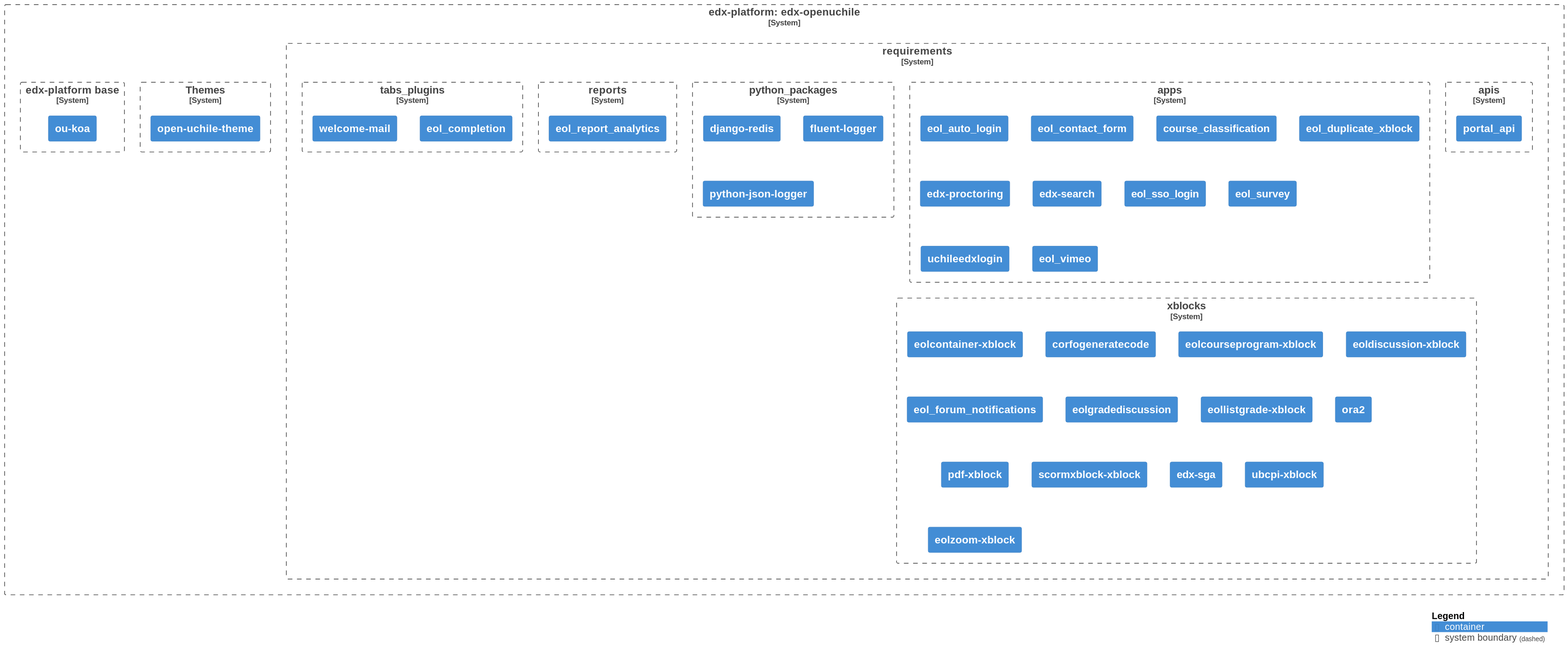
This is diagrams/diagram.svg from eol-uchile/edx-openuchile, a PlantUML export, as it was before one commit.
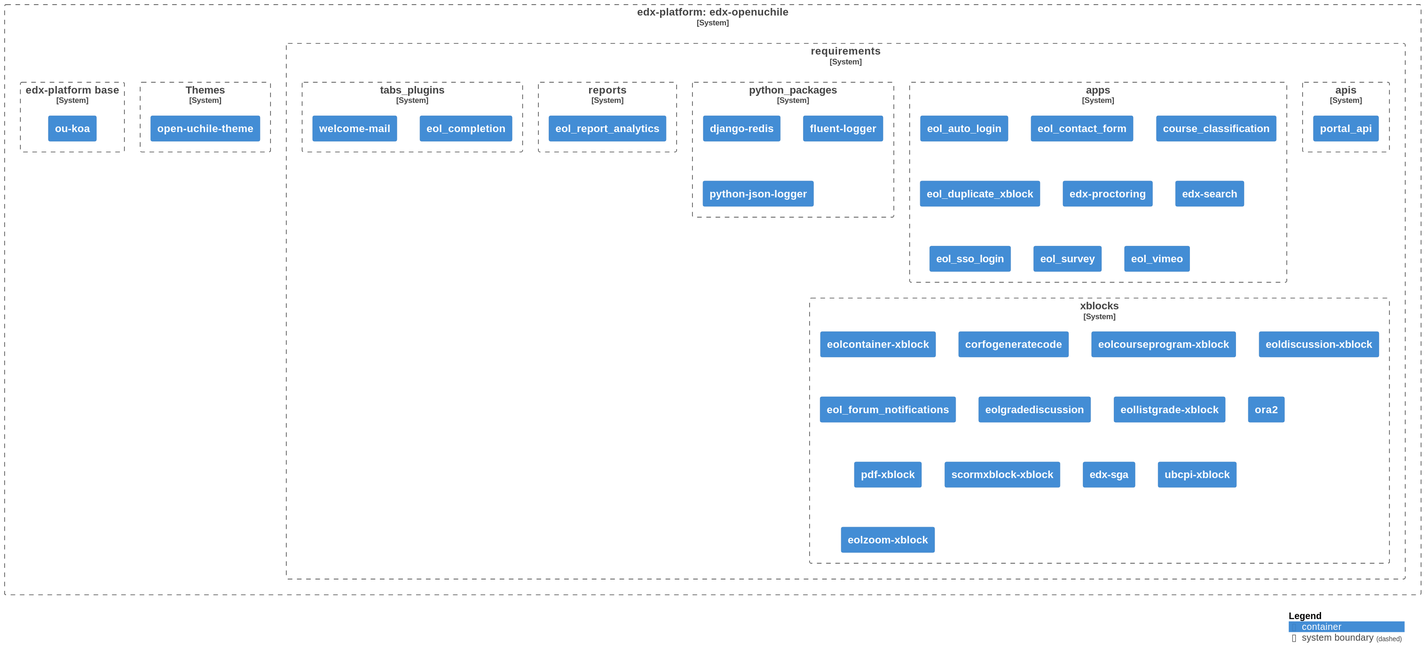
After the change.

Commit message:
Auto-generate UML diagram

The edit, as a diff of the source:
```diff
@@ -31,9 +31,7 @@
 
                 Container(apps8, "eol_survey", $link="https://github.com/eol-uchile/eol_survey")
 
-                Container(apps9, "uchileedxlogin", $link="https://github.com/open-uchile/uchileedxlogin")
-
-                Container(apps10, "eol_vimeo", $link="https://github.com/eol-uchile/eol_vimeo")
+                Container(apps9, "eol_vimeo", $link="https://github.com/eol-uchile/eol_vimeo")
 
             }
 
```
